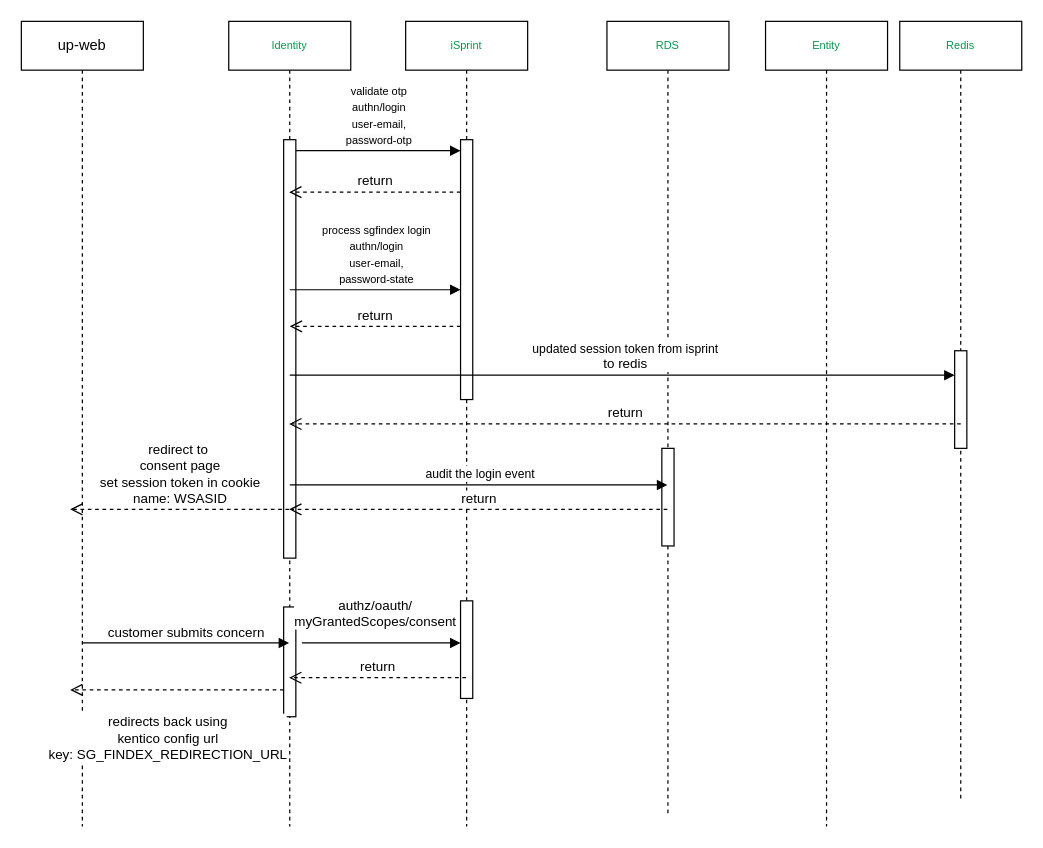
ajeeshraj56/drawio keeps this draw.io diagram as page "SGFindex-otp-validation" (3 of 3) of SGFindex-login.drawio. Above is the earlier version. Source tidied: cells renumbered, new cells numbered last; positions are measured from the earlier drawing's top-left corner, leaving out a move shared by most shapes. Both pictures are drawn from the tidied source at 122%, with x=0, y=0 at pixel (21, 21).
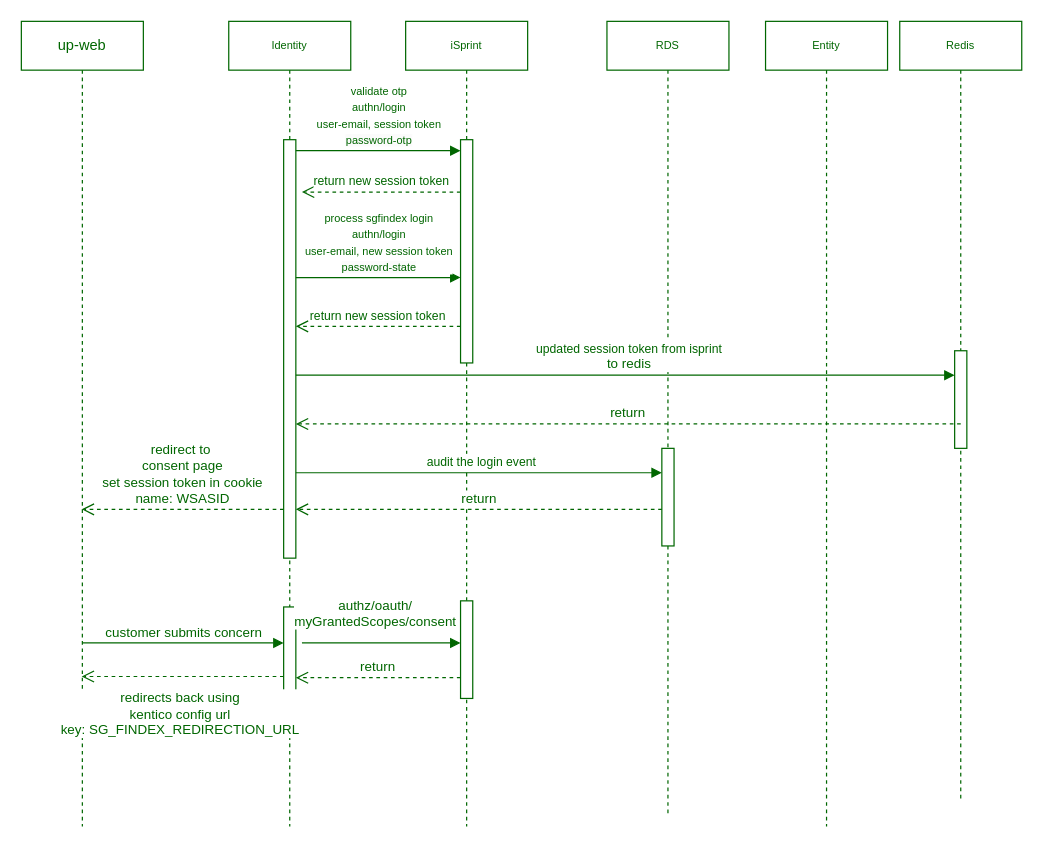
The same diagram, later.

Diff of the diagram source:
```diff
@@
-    <mxCell id="2" value="Identity" style="shape=umlLifeline;perimeter=lifelinePerimeter;whiteSpace=wrap;html=1;outlineConnect=0;portConstraint=eastwest;newEdgeStyle={&quot;curved&quot;:0,&quot;rounded&quot;:0};fontColor=#00994D;fontSize=9;" parent="1" vertex="1">
+    <mxCell id="2" value="Identity" style="shape=umlLifeline;perimeter=lifelinePerimeter;whiteSpace=wrap;html=1;outlineConnect=0;portConstraint=eastwest;newEdgeStyle={&quot;curved&quot;:0,&quot;rounded&quot;:0};fontColor=#006600;fontSize=9;strokeColor=#006600;" parent="1" vertex="1">
       <mxGeometry x="170" width="100" height="660" as="geometry" />
     </mxCell>
-    <mxCell id="3" style="html=1;points=[[0,0,0,0,5],[0,1,0,0,-5],[1,0,0,0,5],[1,1,0,0,-5]];perimeter=orthogonalPerimeter;outlineConnect=0;targetShapes=umlLifeline;portConstraint=eastwest;newEdgeStyle={&quot;curved&quot;:0,&quot;rounded&quot;:0};fontColor=#00994D;fontSize=9;" parent="2" vertex="1">
+    <mxCell id="3" style="html=1;points=[[0,0,0,0,5],[0,1,0,0,-5],[1,0,0,0,5],[1,1,0,0,-5]];perimeter=orthogonalPerimeter;outlineConnect=0;targetShapes=umlLifeline;portConstraint=eastwest;newEdgeStyle={&quot;curved&quot;:0,&quot;rounded&quot;:0};fontColor=#006600;fontSize=9;strokeColor=#006600;" parent="2" vertex="1">
       <mxGeometry x="45" y="97" width="10" height="343" as="geometry" />
     </mxCell>
-    <mxCell id="4" style="html=1;points=[[0,0,0,0,5],[0,1,0,0,-5],[1,0,0,0,5],[1,1,0,0,-5]];perimeter=orthogonalPerimeter;outlineConnect=0;targetShapes=umlLifeline;portConstraint=eastwest;newEdgeStyle={&quot;curved&quot;:0,&quot;rounded&quot;:0};fontColor=#00994D;fontSize=9;" parent="2" vertex="1">
+    <mxCell id="4" style="html=1;points=[[0,0,0,0,5],[0,1,0,0,-5],[1,0,0,0,5],[1,1,0,0,-5]];perimeter=orthogonalPerimeter;outlineConnect=0;targetShapes=umlLifeline;portConstraint=eastwest;newEdgeStyle={&quot;curved&quot;:0,&quot;rounded&quot;:0};fontColor=#006600;fontSize=9;strokeColor=#006600;" parent="2" vertex="1">
       <mxGeometry x="45" y="480" width="10" height="90" as="geometry" />
     </mxCell>
-    <mxCell id="5" value="iSprint" style="shape=umlLifeline;perimeter=lifelinePerimeter;whiteSpace=wrap;html=1;newEdgeStyle={&quot;curved&quot;:0,&quot;rounded&quot;:0};fontColor=#00994D;fontSize=9;" parent="1" vertex="1">
+    <mxCell id="5" value="iSprint" style="shape=umlLifeline;perimeter=lifelinePerimeter;whiteSpace=wrap;html=1;newEdgeStyle={&quot;curved&quot;:0,&quot;rounded&quot;:0};fontColor=#006600;fontSize=9;strokeColor=#006600;" parent="1" vertex="1">
       <mxGeometry x="315" width="100" height="660" as="geometry" />
     </mxCell>
-    <mxCell id="6" style="html=1;points=[[0,0,0,0,5],[0,1,0,0,-5],[1,0,0,0,5],[1,1,0,0,-5]];perimeter=orthogonalPerimeter;outlineConnect=0;targetShapes=umlLifeline;portConstraint=eastwest;newEdgeStyle={&quot;curved&quot;:0,&quot;rounded&quot;:0};fontColor=#00994D;fontSize=9;" parent="5" vertex="1">
-      <mxGeometry x="45" y="97" width="10" height="213" as="geometry" />
+    <mxCell id="6" style="html=1;points=[[0,0,0,0,5],[0,1,0,0,-5],[1,0,0,0,5],[1,1,0,0,-5]];perimeter=orthogonalPerimeter;outlineConnect=0;targetShapes=umlLifeline;portConstraint=eastwest;newEdgeStyle={&quot;curved&quot;:0,&quot;rounded&quot;:0};fontColor=#006600;fontSize=9;strokeColor=#006600;" parent="5" vertex="1">
+      <mxGeometry x="45" y="97" width="10" height="183" as="geometry" />
     </mxCell>
-    <mxCell id="7" style="html=1;points=[[0,0,0,0,5],[0,1,0,0,-5],[1,0,0,0,5],[1,1,0,0,-5]];perimeter=orthogonalPerimeter;outlineConnect=0;targetShapes=umlLifeline;portConstraint=eastwest;newEdgeStyle={&quot;curved&quot;:0,&quot;rounded&quot;:0};fontColor=#00994D;fontSize=9;" parent="5" vertex="1">
+    <mxCell id="7" style="html=1;points=[[0,0,0,0,5],[0,1,0,0,-5],[1,0,0,0,5],[1,1,0,0,-5]];perimeter=orthogonalPerimeter;outlineConnect=0;targetShapes=umlLifeline;portConstraint=eastwest;newEdgeStyle={&quot;curved&quot;:0,&quot;rounded&quot;:0};fontColor=#006600;fontSize=9;strokeColor=#006600;" parent="5" vertex="1">
       <mxGeometry x="45" y="475" width="10" height="80" as="geometry" />
     </mxCell>
-    <mxCell id="8" value="RDS" style="shape=umlLifeline;perimeter=lifelinePerimeter;whiteSpace=wrap;html=1;outlineConnect=0;portConstraint=eastwest;newEdgeStyle={&quot;curved&quot;:0,&quot;rounded&quot;:0};fontColor=#00994D;fontSize=9;" parent="1" vertex="1">
+    <mxCell id="8" value="RDS" style="shape=umlLifeline;perimeter=lifelinePerimeter;whiteSpace=wrap;html=1;outlineConnect=0;portConstraint=eastwest;newEdgeStyle={&quot;curved&quot;:0,&quot;rounded&quot;:0};fontColor=#006600;fontSize=9;strokeColor=#006600;" parent="1" vertex="1">
       <mxGeometry x="480" width="100" height="650" as="geometry" />
     </mxCell>
-    <mxCell id="9" style="html=1;points=[[0,0,0,0,5],[0,1,0,0,-5],[1,0,0,0,5],[1,1,0,0,-5]];perimeter=orthogonalPerimeter;outlineConnect=0;targetShapes=umlLifeline;portConstraint=eastwest;newEdgeStyle={&quot;curved&quot;:0,&quot;rounded&quot;:0};" parent="8" vertex="1">
+    <mxCell id="9" style="html=1;points=[[0,0,0,0,5],[0,1,0,0,-5],[1,0,0,0,5],[1,1,0,0,-5]];perimeter=orthogonalPerimeter;outlineConnect=0;targetShapes=umlLifeline;portConstraint=eastwest;newEdgeStyle={&quot;curved&quot;:0,&quot;rounded&quot;:0};strokeColor=#006600;fontColor=#006600;" parent="8" vertex="1">
       <mxGeometry x="45" y="350" width="10" height="80" as="geometry" />
     </mxCell>
-    <mxCell id="10" value="Entity" style="shape=umlLifeline;perimeter=lifelinePerimeter;whiteSpace=wrap;html=1;newEdgeStyle={&quot;curved&quot;:0,&quot;rounded&quot;:0};fontColor=#00994D;fontSize=9;" parent="1" vertex="1">
+    <mxCell id="10" value="Entity" style="shape=umlLifeline;perimeter=lifelinePerimeter;whiteSpace=wrap;html=1;newEdgeStyle={&quot;curved&quot;:0,&quot;rounded&quot;:0};fontColor=#006600;fontSize=9;strokeColor=#006600;" parent="1" vertex="1">
       <mxGeometry x="610" width="100" height="660" as="geometry" />
     </mxCell>
-    <mxCell id="11" value="Redis" style="shape=umlLifeline;perimeter=lifelinePerimeter;whiteSpace=wrap;html=1;newEdgeStyle={&quot;curved&quot;:0,&quot;rounded&quot;:0};fontColor=#00994D;fontSize=9;" parent="1" vertex="1">
+    <mxCell id="11" value="Redis" style="shape=umlLifeline;perimeter=lifelinePerimeter;whiteSpace=wrap;html=1;newEdgeStyle={&quot;curved&quot;:0,&quot;rounded&quot;:0};fontColor=#006600;fontSize=9;strokeColor=#006600;" parent="1" vertex="1">
       <mxGeometry x="720" width="100" height="640" as="geometry" />
     </mxCell>
-    <mxCell id="12" style="html=1;points=[[0,0,0,0,5],[0,1,0,0,-5],[1,0,0,0,5],[1,1,0,0,-5]];perimeter=orthogonalPerimeter;outlineConnect=0;targetShapes=umlLifeline;portConstraint=eastwest;newEdgeStyle={&quot;curved&quot;:0,&quot;rounded&quot;:0};" parent="11" vertex="1">
+    <mxCell id="12" style="html=1;points=[[0,0,0,0,5],[0,1,0,0,-5],[1,0,0,0,5],[1,1,0,0,-5]];perimeter=orthogonalPerimeter;outlineConnect=0;targetShapes=umlLifeline;portConstraint=eastwest;newEdgeStyle={&quot;curved&quot;:0,&quot;rounded&quot;:0};strokeColor=#006600;fontColor=#006600;" parent="11" vertex="1">
       <mxGeometry x="45" y="270" width="10" height="80" as="geometry" />
     </mxCell>
-    <mxCell id="13" value="up-web" style="shape=umlLifeline;perimeter=lifelinePerimeter;whiteSpace=wrap;html=1;outlineConnect=0;portConstraint=eastwest;newEdgeStyle={&quot;curved&quot;:0,&quot;rounded&quot;:0};" parent="1" vertex="1">
+    <mxCell id="13" value="up-web" style="shape=umlLifeline;perimeter=lifelinePerimeter;whiteSpace=wrap;html=1;outlineConnect=0;portConstraint=eastwest;newEdgeStyle={&quot;curved&quot;:0,&quot;rounded&quot;:0};strokeColor=#006600;fontColor=#006600;" parent="1" vertex="1">
       <mxGeometry width="100" height="660" as="geometry" />
     </mxCell>
-    <mxCell id="14" value="&lt;font style=&quot;font-size: 9px;&quot;&gt;validate otp &lt;br&gt;authn/login&lt;br&gt;user-email,&lt;br style=&quot;border-color: var(--border-color); background-color: rgb(251, 251, 251);&quot;&gt;&lt;span style=&quot;background-color: rgb(251, 251, 251);&quot;&gt;password-otp&lt;/span&gt;&lt;/font&gt;" style="html=1;verticalAlign=bottom;endArrow=block;curved=0;rounded=0;entryX=0;entryY=0;entryDx=0;entryDy=5;entryPerimeter=0;" parent="1" edge="1">
+    <mxCell id="14" value="&lt;font style=&quot;font-size: 9px;&quot;&gt;validate otp &lt;br&gt;authn/login&lt;br&gt;user-email, session token&lt;br style=&quot;border-color: var(--border-color); background-color: rgb(251, 251, 251);&quot;&gt;&lt;span style=&quot;background-color: rgb(251, 251, 251);&quot;&gt;password-otp&lt;/span&gt;&lt;/font&gt;" style="html=1;verticalAlign=bottom;endArrow=block;curved=0;rounded=0;entryX=0;entryY=0;entryDx=0;entryDy=5;entryPerimeter=0;strokeColor=#006600;fontColor=#006600;" parent="1" edge="1">
       <mxGeometry x="0.01" relative="1" as="geometry">
         <mxPoint x="225" y="106" as="sourcePoint" />
         <mxPoint x="360" y="106" as="targetPoint" />
       </mxGeometry>
     </mxCell>
-    <mxCell id="15" value="return" style="html=1;verticalAlign=bottom;endArrow=open;dashed=1;endSize=8;curved=0;rounded=0;" parent="1" edge="1" source="6" target="2">
+    <mxCell id="15" value="&lt;font style=&quot;font-size: 10px;&quot;&gt;return new session token&lt;/font&gt;" style="html=1;verticalAlign=bottom;endArrow=open;dashed=1;endSize=8;curved=0;rounded=0;strokeColor=#006600;fontColor=#006600;entryX=1.5;entryY=0.125;entryDx=0;entryDy=0;entryPerimeter=0;" parent="1" edge="1" source="6" target="3">
       <mxGeometry relative="1" as="geometry">
         <Array as="points">
           <mxPoint x="270" y="140" />
         </Array>
       </mxGeometry>
     </mxCell>
-    <mxCell id="16" value="&lt;font style=&quot;font-size: 9px;&quot;&gt;process sgfindex login&lt;br&gt;authn/login&lt;br&gt;user-email,&lt;br style=&quot;border-color: var(--border-color); background-color: rgb(251, 251, 251);&quot;&gt;&lt;span style=&quot;background-color: rgb(251, 251, 251);&quot;&gt;password-state&lt;/span&gt;&lt;/font&gt;" style="html=1;verticalAlign=bottom;endArrow=block;curved=0;rounded=0;" parent="1" edge="1" target="6">
+    <mxCell id="16" value="&lt;font style=&quot;font-size: 9px;&quot;&gt;process sgfindex login&lt;br&gt;authn/login&lt;br&gt;user-email, new session token&lt;br style=&quot;border-color: var(--border-color); background-color: rgb(251, 251, 251);&quot;&gt;&lt;span style=&quot;background-color: rgb(251, 251, 251);&quot;&gt;password-state&lt;/span&gt;&lt;/font&gt;" style="html=1;verticalAlign=bottom;endArrow=block;curved=0;rounded=0;strokeColor=#006600;fontColor=#006600;" parent="1" edge="1">
       <mxGeometry x="0.01" relative="1" as="geometry">
-        <mxPoint x="220" y="220" as="sourcePoint" />
+        <mxPoint x="225" y="210" as="sourcePoint" />
+        <mxPoint x="360" y="210" as="targetPoint" />
       </mxGeometry>
     </mxCell>
-    <mxCell id="17" value="return" style="html=1;verticalAlign=bottom;endArrow=open;dashed=1;endSize=8;curved=0;rounded=0;" parent="1" edge="1">
+    <mxCell id="17" value="&lt;font style=&quot;font-size: 10px;&quot;&gt;return new session token&lt;/font&gt;" style="html=1;verticalAlign=bottom;endArrow=open;dashed=1;endSize=8;curved=0;rounded=0;strokeColor=#006600;fontColor=#006600;" parent="1" edge="1" target="3">
       <mxGeometry relative="1" as="geometry">
         <mxPoint x="360" y="250" as="sourcePoint" />
-        <mxPoint x="220" y="250" as="targetPoint" />
         <Array as="points">
           <mxPoint x="270" y="250" />
         </Array>
       </mxGeometry>
     </mxCell>
-    <mxCell id="18" value="&lt;font size=&quot;1&quot;&gt;updated session token from isprint&lt;br&gt;&lt;/font&gt;to redis" style="html=1;verticalAlign=bottom;endArrow=block;curved=0;rounded=0;" parent="1" edge="1" target="12">
+    <mxCell id="18" value="&lt;font size=&quot;1&quot;&gt;updated session token from isprint&lt;br&gt;&lt;/font&gt;to redis" style="html=1;verticalAlign=bottom;endArrow=block;curved=0;rounded=0;strokeColor=#006600;fontColor=#006600;" parent="1" edge="1">
       <mxGeometry x="0.01" relative="1" as="geometry">
-        <mxPoint x="220" y="290" as="sourcePoint" />
+        <mxPoint x="225" y="290" as="sourcePoint" />
+        <mxPoint x="765" y="290" as="targetPoint" />
       </mxGeometry>
     </mxCell>
-    <mxCell id="19" value="return" style="html=1;verticalAlign=bottom;endArrow=open;dashed=1;endSize=8;curved=0;rounded=0;" parent="1" edge="1" target="2">
+    <mxCell id="19" value="return" style="html=1;verticalAlign=bottom;endArrow=open;dashed=1;endSize=8;curved=0;rounded=0;strokeColor=#006600;fontColor=#006600;" parent="1" edge="1" target="3">
       <mxGeometry relative="1" as="geometry">
         <mxPoint x="770" y="330" as="sourcePoint" />
       </mxGeometry>
     </mxCell>
-    <mxCell id="20" value="&lt;font size=&quot;1&quot;&gt;audit the login event&lt;/font&gt;" style="html=1;verticalAlign=bottom;endArrow=block;curved=0;rounded=0;" parent="1" edge="1" target="8">
+    <mxCell id="20" value="&lt;font size=&quot;1&quot;&gt;audit the login event&lt;/font&gt;" style="html=1;verticalAlign=bottom;endArrow=block;curved=0;rounded=0;strokeColor=#006600;fontColor=#006600;" parent="1" edge="1" target="9">
       <mxGeometry x="0.01" relative="1" as="geometry">
-        <mxPoint x="220" y="380" as="sourcePoint" />
+        <mxPoint x="225" y="370" as="sourcePoint" />
       </mxGeometry>
     </mxCell>
-    <mxCell id="21" value="return" style="html=1;verticalAlign=bottom;endArrow=open;dashed=1;endSize=8;curved=0;rounded=0;" parent="1" edge="1" source="8" target="2">
+    <mxCell id="21" value="return" style="html=1;verticalAlign=bottom;endArrow=open;dashed=1;endSize=8;curved=0;rounded=0;strokeColor=#006600;fontColor=#006600;" parent="1" edge="1" source="9" target="3">
       <mxGeometry relative="1" as="geometry">
         <Array as="points">
           <mxPoint x="365" y="400" />
         </Array>
       </mxGeometry>
     </mxCell>
-    <mxCell id="22" value="redirect to&amp;nbsp;&lt;br&gt;consent page&lt;br&gt;set session token in cookie&lt;br&gt;name:&amp;nbsp;WSASID&lt;br&gt;" style="html=1;verticalAlign=bottom;endArrow=open;dashed=1;endSize=8;curved=0;rounded=0;" parent="1" edge="1" source="2">
+    <mxCell id="22" value="redirect to&amp;nbsp;&lt;br&gt;consent page&lt;br&gt;set session token in cookie&lt;br&gt;name:&amp;nbsp;WSASID&lt;br&gt;" style="html=1;verticalAlign=bottom;endArrow=open;dashed=1;endSize=8;curved=0;rounded=0;strokeColor=#006600;fontColor=#006600;" parent="1" edge="1" source="3" target="13">
       <mxGeometry relative="1" as="geometry">
-        <mxPoint x="40" y="400" as="targetPoint" />
         <Array as="points">
           <mxPoint x="185" y="400" />
         </Array>
       </mxGeometry>
     </mxCell>
-    <mxCell id="23" value="customer submits concern" style="html=1;verticalAlign=bottom;endArrow=block;curved=0;rounded=0;" parent="1" edge="1" target="2">
+    <mxCell id="23" value="customer submits concern" style="html=1;verticalAlign=bottom;endArrow=block;curved=0;rounded=0;strokeColor=#006600;fontColor=#006600;" parent="1" edge="1" target="4">
       <mxGeometry relative="1" as="geometry">
         <mxPoint x="50" y="509.5" as="sourcePoint" />
       </mxGeometry>
     </mxCell>
-    <mxCell id="24" value="authz/oauth/&lt;br&gt;myGrantedScopes/consent" style="html=1;verticalAlign=bottom;endArrow=block;curved=0;rounded=0;" parent="1" edge="1" target="7">
+    <mxCell id="24" value="authz/oauth/&lt;br&gt;myGrantedScopes/consent" style="html=1;verticalAlign=bottom;endArrow=block;curved=0;rounded=0;strokeColor=#006600;fontColor=#006600;" parent="1" edge="1" target="7">
       <mxGeometry x="-0.08" y="10" relative="1" as="geometry">
         <mxPoint x="230" y="509.5" as="sourcePoint" />
         <mxPoint y="1" as="offset" />
       </mxGeometry>
     </mxCell>
-    <mxCell id="25" value="return" style="html=1;verticalAlign=bottom;endArrow=open;dashed=1;endSize=8;curved=0;rounded=0;" parent="1" edge="1">
+    <mxCell id="25" value="return" style="html=1;verticalAlign=bottom;endArrow=open;dashed=1;endSize=8;curved=0;rounded=0;strokeColor=#006600;fontColor=#006600;" parent="1" edge="1">
       <mxGeometry relative="1" as="geometry">
-        <mxPoint x="364.5" y="538" as="sourcePoint" />
-        <mxPoint x="219.5" y="538" as="targetPoint" />
+        <mxPoint x="360" y="538" as="sourcePoint" />
+        <mxPoint x="225" y="538" as="targetPoint" />
       </mxGeometry>
     </mxCell>
-    <mxCell id="26" value="redirects back using&lt;br&gt;kentico config url&lt;br&gt;key:&amp;nbsp;SG_FINDEX_REDIRECTION_URL" style="html=1;verticalAlign=bottom;endArrow=open;dashed=1;endSize=8;curved=0;rounded=0;" parent="1" edge="1" source="4">
-      <mxGeometry x="0.09" y="62" relative="1" as="geometry">
-        <mxPoint x="40" y="548" as="targetPoint" />
+    <mxCell id="26" value="redirects back using&lt;br&gt;kentico config url&lt;br&gt;key:&amp;nbsp;SG_FINDEX_REDIRECTION_URL" style="html=1;verticalAlign=bottom;endArrow=open;dashed=1;endSize=8;curved=0;rounded=0;strokeColor=#006600;fontColor=#006600;" parent="1" edge="1">
+      <mxGeometry x="0.03" y="53" relative="1" as="geometry">
+        <mxPoint x="215" y="537" as="sourcePoint" />
+        <mxPoint x="49.5" y="537" as="targetPoint" />
       </mxGeometry>
     </mxCell>
```
